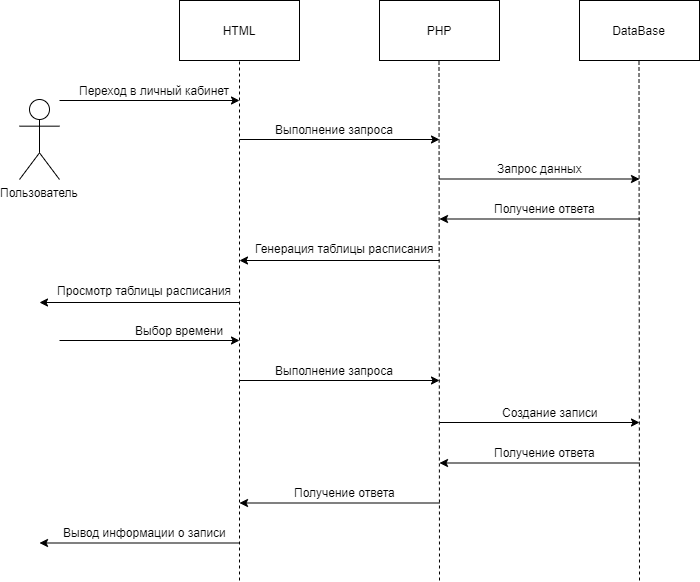
This is Диаграммы/Диаграмма последовательности записи.png from AntonRakov/vkr, a draw.io export, as it was before one commit. Source tidied: cells renumbered, new cells last; positions are measured from the earlier drawing's top-left corner, leaving out a move shared by most shapes.
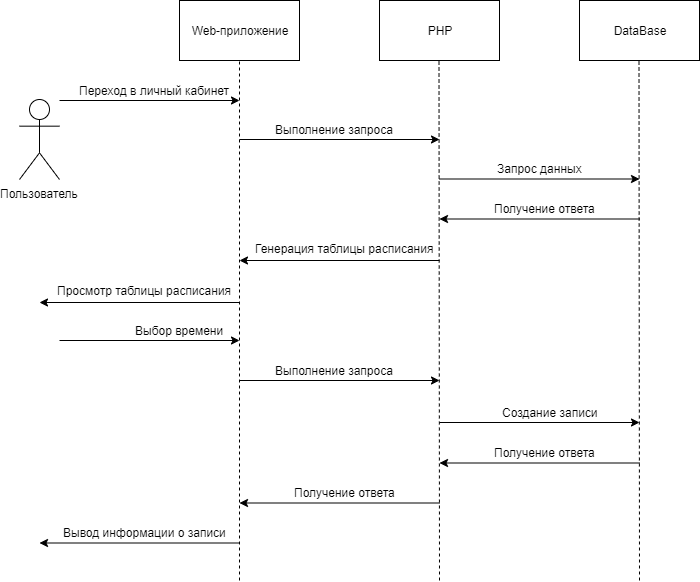
Above is the later version.

Diff of the diagram source:
```diff
@@ -11,7 +11,7 @@
     <mxCell id="3" value="Пользователь" style="shape=umlActor;verticalLabelPosition=bottom;labelBackgroundColor=#ffffff;verticalAlign=top;html=1;" parent="1" vertex="1">
       <mxGeometry y="99" width="40" height="80" as="geometry" />
     </mxCell>
-    <mxCell id="4" value="HTML" style="rounded=0;whiteSpace=wrap;html=1;" parent="1" vertex="1">
+    <mxCell id="4" value="Web-приложение" style="rounded=0;whiteSpace=wrap;html=1;" parent="1" vertex="1">
       <mxGeometry x="160" width="120" height="60" as="geometry" />
     </mxCell>
     <mxCell id="5" value="PHP" style="rounded=0;whiteSpace=wrap;html=1;" parent="1" vertex="1">
```
